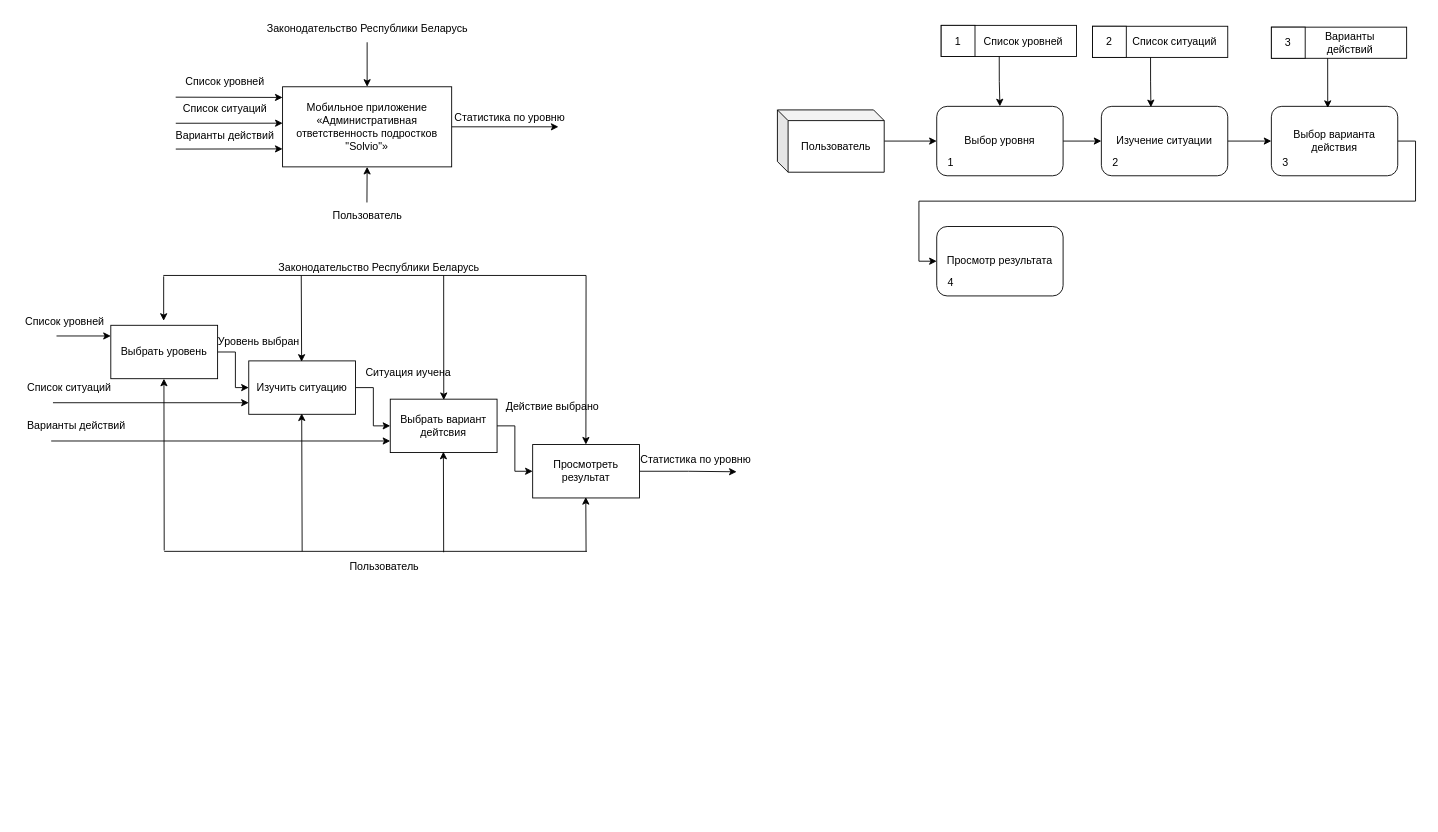
Earlier version of the draw.io diagram docs/pract.drawio (sdvkit/solvio). Source tidied: cells renumbered, new cells numbered last; positions are measured from the earlier drawing's top-left corner, leaving out a move shared by most shapes. Both pictures are drawn from the tidied source at 89%, with x=0, y=0 at pixel (15, 15).
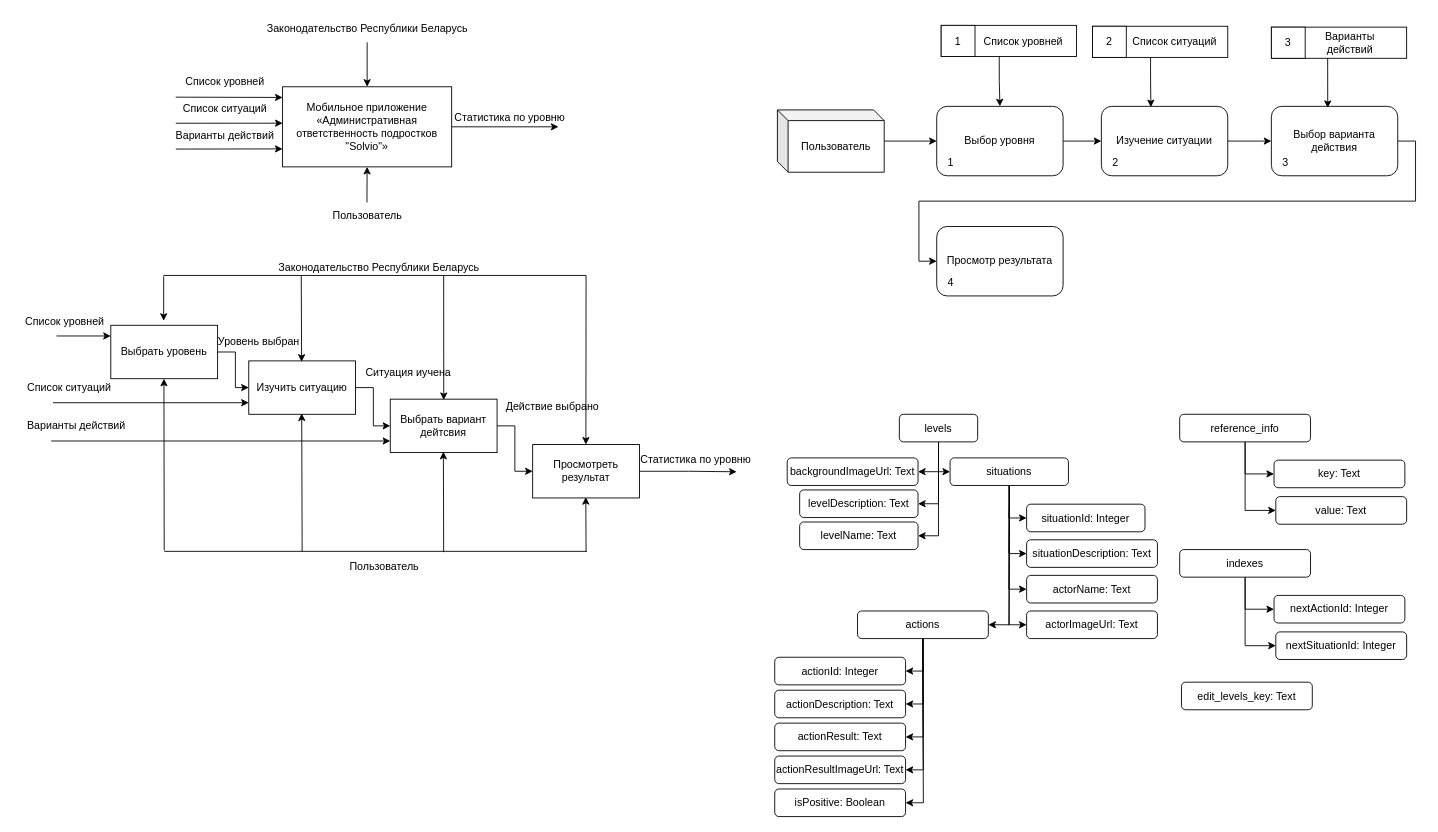
Above is the later version.

Change to the diagram source:
```diff
@@
+    <mxCell id="70" style="edgeStyle=orthogonalEdgeStyle;rounded=0;jettySize=auto;html=1;exitX=0.5;exitY=1;exitDx=0;exitDy=0;entryX=1;entryY=0.5;entryDx=0;entryDy=0;" parent="1" edge="1" source="74" target="76">
+      <mxGeometry relative="1" as="geometry" />
+    </mxCell>
+    <mxCell id="71" style="edgeStyle=orthogonalEdgeStyle;rounded=0;jettySize=auto;html=1;exitX=0.5;exitY=1;exitDx=0;exitDy=0;entryX=1;entryY=0.5;entryDx=0;entryDy=0;" parent="1" edge="1" source="74" target="75">
+      <mxGeometry relative="1" as="geometry" />
+    </mxCell>
+    <mxCell id="72" style="edgeStyle=orthogonalEdgeStyle;rounded=0;jettySize=auto;html=1;exitX=0.5;exitY=1;exitDx=0;exitDy=0;entryX=1;entryY=0.5;entryDx=0;entryDy=0;" parent="1" edge="1" source="74" target="77">
+      <mxGeometry relative="1" as="geometry" />
+    </mxCell>
+    <mxCell id="73" style="edgeStyle=orthogonalEdgeStyle;rounded=0;jettySize=auto;html=1;exitX=0.5;exitY=1;exitDx=0;exitDy=0;entryX=0;entryY=0.5;entryDx=0;entryDy=0;" parent="1" edge="1" source="74" target="83">
+      <mxGeometry relative="1" as="geometry">
+        <Array as="points">
+          <mxPoint x="1037" y="513" />
+        </Array>
+      </mxGeometry>
+    </mxCell>
+    <mxCell id="74" value="levels" style="rounded=1;whiteSpace=wrap;html=1;" parent="1" vertex="1">
+      <mxGeometry x="993" y="448" width="88" height="31" as="geometry" />
+    </mxCell>
+    <mxCell id="75" value="backgroundImageUrl: Text" style="rounded=1;whiteSpace=wrap;html=1;" parent="1" vertex="1">
+      <mxGeometry x="867" y="497" width="147" height="31" as="geometry" />
+    </mxCell>
+    <mxCell id="76" value="levelDescription: Text" style="rounded=1;whiteSpace=wrap;html=1;" parent="1" vertex="1">
+      <mxGeometry x="881" y="533" width="133" height="31" as="geometry" />
+    </mxCell>
+    <mxCell id="77" value="levelName: Text" style="rounded=1;whiteSpace=wrap;html=1;" parent="1" vertex="1">
+      <mxGeometry x="881" y="569" width="133" height="31" as="geometry" />
+    </mxCell>
+    <mxCell id="78" style="edgeStyle=orthogonalEdgeStyle;rounded=0;jettySize=auto;html=1;exitX=0.5;exitY=1;exitDx=0;exitDy=0;entryX=0;entryY=0.5;entryDx=0;entryDy=0;" parent="1" edge="1" source="83" target="84">
+      <mxGeometry relative="1" as="geometry" />
+    </mxCell>
+    <mxCell id="79" style="edgeStyle=orthogonalEdgeStyle;rounded=0;jettySize=auto;html=1;exitX=0.5;exitY=1;exitDx=0;exitDy=0;entryX=0;entryY=0.5;entryDx=0;entryDy=0;" parent="1" edge="1" source="83" target="85">
+      <mxGeometry relative="1" as="geometry" />
+    </mxCell>
+    <mxCell id="80" style="edgeStyle=orthogonalEdgeStyle;rounded=0;jettySize=auto;html=1;exitX=0.5;exitY=1;exitDx=0;exitDy=0;entryX=0;entryY=0.5;entryDx=0;entryDy=0;" parent="1" edge="1" source="83" target="86">
+      <mxGeometry relative="1" as="geometry" />
+    </mxCell>
+    <mxCell id="81" style="edgeStyle=orthogonalEdgeStyle;rounded=0;jettySize=auto;html=1;exitX=0.5;exitY=1;exitDx=0;exitDy=0;entryX=0;entryY=0.5;entryDx=0;entryDy=0;" parent="1" edge="1" source="83" target="87">
+      <mxGeometry relative="1" as="geometry" />
+    </mxCell>
+    <mxCell id="82" style="edgeStyle=orthogonalEdgeStyle;rounded=0;jettySize=auto;html=1;exitX=0.5;exitY=1;exitDx=0;exitDy=0;entryX=1;entryY=0.5;entryDx=0;entryDy=0;" parent="1" edge="1" source="83" target="93">
+      <mxGeometry relative="1" as="geometry" />
+    </mxCell>
+    <mxCell id="83" value="situations" style="rounded=1;whiteSpace=wrap;html=1;" parent="1" vertex="1">
+      <mxGeometry x="1050" y="497" width="133" height="31" as="geometry" />
+    </mxCell>
+    <mxCell id="84" value="situationId: Integer" style="rounded=1;whiteSpace=wrap;html=1;" parent="1" vertex="1">
+      <mxGeometry x="1136" y="549" width="133" height="31" as="geometry" />
+    </mxCell>
+    <mxCell id="85" value="situationDescription: Text" style="rounded=1;whiteSpace=wrap;html=1;" parent="1" vertex="1">
+      <mxGeometry x="1136" y="589" width="147" height="31" as="geometry" />
+    </mxCell>
+    <mxCell id="86" value="actorName: Text" style="rounded=1;whiteSpace=wrap;html=1;" parent="1" vertex="1">
+      <mxGeometry x="1136" y="629" width="147" height="31" as="geometry" />
+    </mxCell>
+    <mxCell id="87" value="actorImageUrl: Text" style="rounded=1;whiteSpace=wrap;html=1;" parent="1" vertex="1">
+      <mxGeometry x="1136" y="669" width="147" height="31" as="geometry" />
+    </mxCell>
+    <mxCell id="88" style="edgeStyle=orthogonalEdgeStyle;rounded=0;jettySize=auto;html=1;exitX=0.5;exitY=1;exitDx=0;exitDy=0;entryX=1;entryY=0.5;entryDx=0;entryDy=0;" parent="1" edge="1" source="93" target="94">
+      <mxGeometry relative="1" as="geometry" />
+    </mxCell>
+    <mxCell id="89" style="edgeStyle=orthogonalEdgeStyle;rounded=0;jettySize=auto;html=1;exitX=0.5;exitY=1;exitDx=0;exitDy=0;entryX=1;entryY=0.5;entryDx=0;entryDy=0;" parent="1" edge="1" source="93" target="95">
+      <mxGeometry relative="1" as="geometry" />
+    </mxCell>
+    <mxCell id="90" style="edgeStyle=orthogonalEdgeStyle;rounded=0;jettySize=auto;html=1;exitX=0.5;exitY=1;exitDx=0;exitDy=0;entryX=1;entryY=0.5;entryDx=0;entryDy=0;" parent="1" edge="1" source="93" target="96">
+      <mxGeometry relative="1" as="geometry" />
+    </mxCell>
+    <mxCell id="91" style="edgeStyle=orthogonalEdgeStyle;rounded=0;jettySize=auto;html=1;exitX=0.5;exitY=1;exitDx=0;exitDy=0;entryX=1;entryY=0.5;entryDx=0;entryDy=0;" parent="1" edge="1" source="93" target="97">
+      <mxGeometry relative="1" as="geometry" />
+    </mxCell>
+    <mxCell id="92" style="edgeStyle=orthogonalEdgeStyle;rounded=0;jettySize=auto;html=1;exitX=0.5;exitY=1;exitDx=0;exitDy=0;entryX=1;entryY=0.5;entryDx=0;entryDy=0;" parent="1" edge="1" source="93" target="98">
+      <mxGeometry relative="1" as="geometry" />
+    </mxCell>
+    <mxCell id="93" value="actions" style="rounded=1;whiteSpace=wrap;html=1;" parent="1" vertex="1">
+      <mxGeometry x="946" y="669" width="147" height="31" as="geometry" />
+    </mxCell>
+    <mxCell id="94" value="actionId: Integer" style="rounded=1;whiteSpace=wrap;html=1;" parent="1" vertex="1">
+      <mxGeometry x="853" y="721" width="147" height="31" as="geometry" />
+    </mxCell>
+    <mxCell id="95" value="actionDescription: Text" style="rounded=1;whiteSpace=wrap;html=1;" parent="1" vertex="1">
+      <mxGeometry x="853" y="758" width="147" height="31" as="geometry" />
+    </mxCell>
+    <mxCell id="96" value="actionResult: Text" style="rounded=1;whiteSpace=wrap;html=1;" parent="1" vertex="1">
+      <mxGeometry x="853" y="795" width="147" height="31" as="geometry" />
+    </mxCell>
+    <mxCell id="97" value="actionResultImageUrl: Text" style="rounded=1;whiteSpace=wrap;html=1;" parent="1" vertex="1">
+      <mxGeometry x="853" y="832" width="147" height="31" as="geometry" />
+    </mxCell>
+    <mxCell id="98" value="isPositive: Boolean" style="rounded=1;whiteSpace=wrap;html=1;" parent="1" vertex="1">
+      <mxGeometry x="853" y="869" width="147" height="31" as="geometry" />
+    </mxCell>
+    <mxCell id="99" style="edgeStyle=orthogonalEdgeStyle;rounded=0;jettySize=auto;html=1;exitX=0.5;exitY=1;exitDx=0;exitDy=0;entryX=0;entryY=0.5;entryDx=0;entryDy=0;" parent="1" edge="1" source="101" target="102">
+      <mxGeometry relative="1" as="geometry" />
+    </mxCell>
+    <mxCell id="100" style="edgeStyle=orthogonalEdgeStyle;rounded=0;jettySize=auto;html=1;exitX=0.5;exitY=1;exitDx=0;exitDy=0;entryX=0;entryY=0.5;entryDx=0;entryDy=0;" parent="1" edge="1" source="101" target="103">
+      <mxGeometry relative="1" as="geometry" />
+    </mxCell>
+    <mxCell id="101" value="reference_info" style="rounded=1;whiteSpace=wrap;html=1;" parent="1" vertex="1">
+      <mxGeometry x="1308" y="448" width="147" height="31" as="geometry" />
+    </mxCell>
+    <mxCell id="102" value="key: Text" style="rounded=1;whiteSpace=wrap;html=1;" parent="1" vertex="1">
+      <mxGeometry x="1414" y="499.5" width="147" height="31" as="geometry" />
+    </mxCell>
+    <mxCell id="103" value="value: Text" style="rounded=1;whiteSpace=wrap;html=1;" parent="1" vertex="1">
+      <mxGeometry x="1416" y="540.5" width="147" height="31" as="geometry" />
+    </mxCell>
+    <mxCell id="104" style="edgeStyle=orthogonalEdgeStyle;rounded=0;jettySize=auto;html=1;exitX=0.5;exitY=1;exitDx=0;exitDy=0;entryX=0;entryY=0.5;entryDx=0;entryDy=0;" parent="1" edge="1" source="106" target="107">
+      <mxGeometry relative="1" as="geometry" />
+    </mxCell>
+    <mxCell id="105" style="edgeStyle=orthogonalEdgeStyle;rounded=0;jettySize=auto;html=1;exitX=0.5;exitY=1;exitDx=0;exitDy=0;entryX=0;entryY=0.5;entryDx=0;entryDy=0;" parent="1" edge="1" source="106" target="108">
+      <mxGeometry relative="1" as="geometry" />
+    </mxCell>
+    <mxCell id="106" value="indexes" style="rounded=1;whiteSpace=wrap;html=1;" parent="1" vertex="1">
+      <mxGeometry x="1308" y="600" width="147" height="31" as="geometry" />
+    </mxCell>
+    <mxCell id="107" value="nextActionId: Integer" style="rounded=1;whiteSpace=wrap;html=1;" parent="1" vertex="1">
+      <mxGeometry x="1414" y="651.5" width="147" height="31" as="geometry" />
+    </mxCell>
+    <mxCell id="108" value="nextSituationId: Integer" style="rounded=1;whiteSpace=wrap;html=1;" parent="1" vertex="1">
+      <mxGeometry x="1416" y="692.5" width="147" height="31" as="geometry" />
+    </mxCell>
+    <mxCell id="109" value="edit_levels_key: Text" style="rounded=1;whiteSpace=wrap;html=1;" parent="1" vertex="1">
+      <mxGeometry x="1310" y="749" width="147" height="31" as="geometry" />
+    </mxCell>
```
